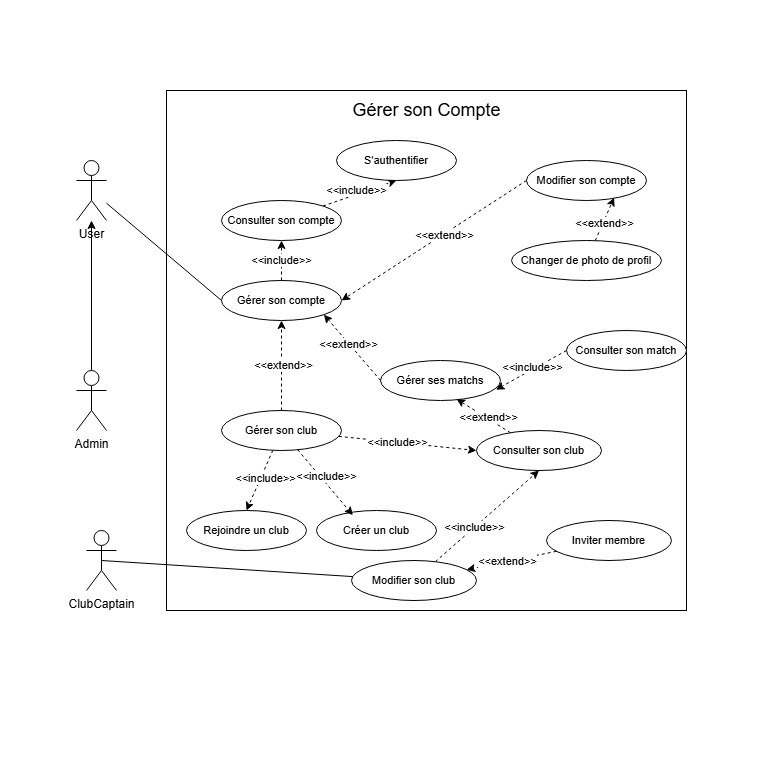
This is Diagram use case Profil.drawio.png from Mathistrg/Styx, a draw.io export, as it was before one commit. Source tidied: cells renumbered, new cells last; positions are measured from the earlier drawing's top-left corner, leaving out a move shared by most shapes.
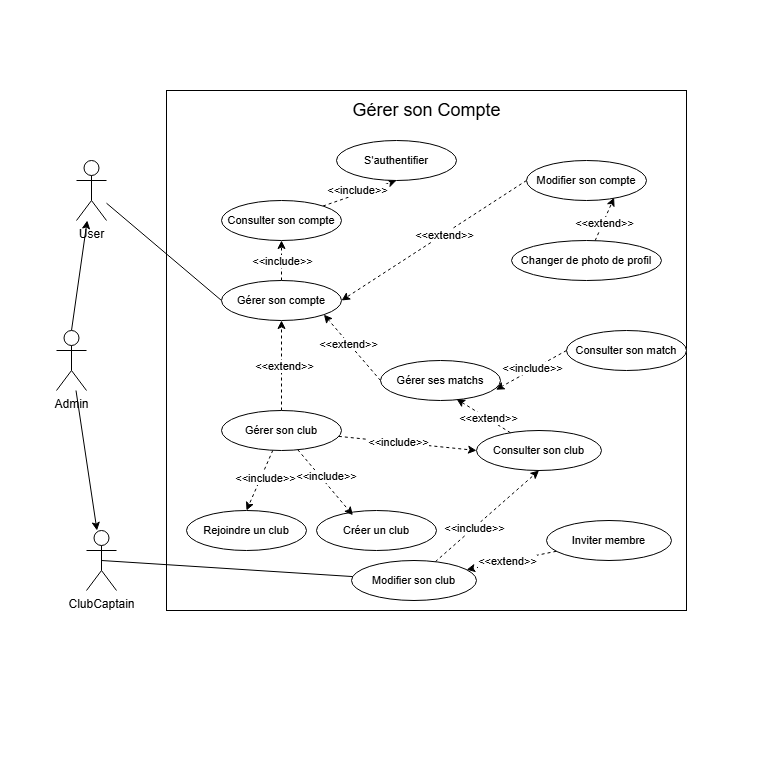
After the change.

Commit message:
Mettre à jour Diagram use case Profil.drawio.png

Change to the diagram source:
```diff
@@ -44,7 +44,7 @@
       <mxGeometry x="221" y="280" width="120" height="40" as="geometry" />
     </mxCell>
     <mxCell id="15" value="Admin" style="shape=umlActor;verticalLabelPosition=bottom;verticalAlign=top;html=1;outlineConnect=0;" parent="1" vertex="1">
-      <mxGeometry x="76" y="370" width="30" height="60" as="geometry" />
+      <mxGeometry x="56" y="330" width="30" height="60" as="geometry" />
     </mxCell>
     <mxCell id="16" value="Consulter son compte" style="ellipse;whiteSpace=wrap;html=1;fontFamily=Helvetica;fontSize=11;fontColor=default;labelBackgroundColor=default;" parent="1" vertex="1">
       <mxGeometry x="221" y="200" width="120" height="40" as="geometry" />
@@ -150,5 +150,8 @@
     <mxCell id="49" style="edgeStyle=none;shape=connector;rounded=0;jettySize=auto;html=1;strokeColor=default;align=center;verticalAlign=middle;fontFamily=Helvetica;fontSize=11;fontColor=default;labelBackgroundColor=default;endArrow=none;endFill=0;exitX=0.5;exitY=0.5;exitDx=0;exitDy=0;exitPerimeter=0;" parent="1" edge="1" source="48" target="43">
       <mxGeometry relative="1" as="geometry" />
     </mxCell>
+    <mxCell id="50" style="rounded=0;jettySize=auto;html=1;endArrow=none;endFill=0;startArrow=classic;startFill=1;" parent="1" edge="1" source="48" target="15">
+      <mxGeometry relative="1" as="geometry" />
+    </mxCell>
   </root>
 </mxGraphModel>
```
